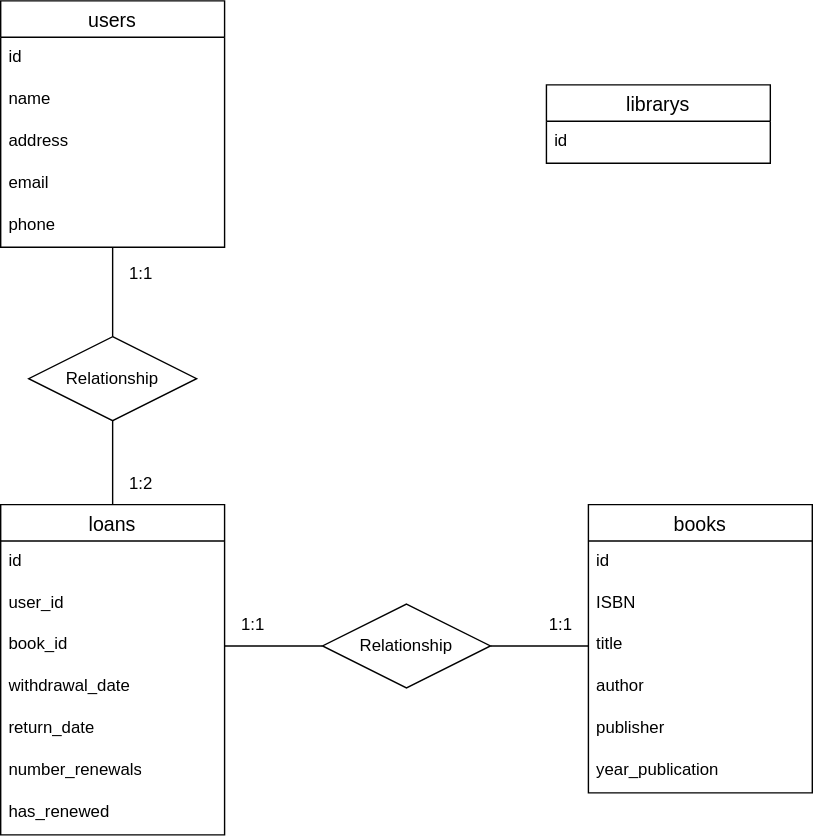
This is ManagerLibrarySystem.drawio.svg from HenriqueStocco/database-repository-pablo, a draw.io export, as it was before one commit. Source tidied: cells renumbered, new cells last; positions are measured from the earlier drawing's top-left corner, leaving out a move shared by most shapes. Source of this version:
```xml
<mxGraphModel>
  <root>
    <mxCell id="0" />
    <mxCell id="1" parent="0" />
    <mxCell id="2" value="books" style="swimlane;fontStyle=0;horizontal=1;startSize=26;align=center;fontSize=14;" parent="1" vertex="1">
      <mxGeometry x="420" y="360" width="160" height="206" as="geometry" />
    </mxCell>
    <mxCell id="3" value="id" style="text;strokeColor=none;fillColor=none;spacingLeft=4;spacingRight=4;overflow=hidden;fontSize=12;whiteSpace=wrap;html=1;" parent="2" vertex="1">
      <mxGeometry y="26" width="160" height="30" as="geometry" />
    </mxCell>
    <mxCell id="4" value="ISBN" style="text;strokeColor=none;fillColor=none;spacingLeft=4;spacingRight=4;overflow=hidden;points=[[0,0.5],[1,0.5]];portConstraint=eastwest;fontSize=12;whiteSpace=wrap;html=1;" parent="2" vertex="1">
      <mxGeometry y="56" width="160" height="30" as="geometry" />
    </mxCell>
    <mxCell id="5" value="title" style="text;strokeColor=none;fillColor=none;spacingLeft=4;spacingRight=4;overflow=hidden;points=[[0,0.5],[1,0.5]];portConstraint=eastwest;fontSize=12;whiteSpace=wrap;html=1;" parent="2" vertex="1">
      <mxGeometry y="86" width="160" height="30" as="geometry" />
    </mxCell>
    <mxCell id="6" value="author" style="text;strokeColor=none;fillColor=none;spacingLeft=4;spacingRight=4;overflow=hidden;fontSize=12;whiteSpace=wrap;html=1;" parent="2" vertex="1">
      <mxGeometry y="116" width="160" height="30" as="geometry" />
    </mxCell>
    <mxCell id="7" value="publisher" style="text;strokeColor=none;fillColor=none;spacingLeft=4;spacingRight=4;overflow=hidden;fontSize=12;whiteSpace=wrap;html=1;" parent="2" vertex="1">
      <mxGeometry y="146" width="160" height="30" as="geometry" />
    </mxCell>
    <mxCell id="8" value="year_publication" style="text;strokeColor=none;fillColor=none;spacingLeft=4;spacingRight=4;overflow=hidden;fontSize=12;whiteSpace=wrap;html=1;" parent="2" vertex="1">
      <mxGeometry y="176" width="160" height="30" as="geometry" />
    </mxCell>
    <mxCell id="9" value="users" style="swimlane;fontStyle=0;horizontal=1;startSize=26;align=center;fontSize=14;" parent="1" vertex="1">
      <mxGeometry width="160" height="176" as="geometry" />
    </mxCell>
    <mxCell id="10" value="id" style="text;strokeColor=none;fillColor=none;spacingLeft=4;spacingRight=4;overflow=hidden;fontSize=12;whiteSpace=wrap;html=1;" parent="9" vertex="1">
      <mxGeometry y="26" width="160" height="30" as="geometry" />
    </mxCell>
    <mxCell id="11" value="name" style="text;strokeColor=none;fillColor=none;spacingLeft=4;spacingRight=4;overflow=hidden;fontSize=12;whiteSpace=wrap;html=1;" parent="9" vertex="1">
      <mxGeometry y="56" width="160" height="30" as="geometry" />
    </mxCell>
    <mxCell id="12" value="address" style="text;strokeColor=none;fillColor=none;spacingLeft=4;spacingRight=4;overflow=hidden;fontSize=12;whiteSpace=wrap;html=1;" parent="9" vertex="1">
      <mxGeometry y="86" width="160" height="30" as="geometry" />
    </mxCell>
    <mxCell id="13" value="email" style="text;strokeColor=none;fillColor=none;spacingLeft=4;spacingRight=4;overflow=hidden;fontSize=12;whiteSpace=wrap;html=1;" parent="9" vertex="1">
      <mxGeometry y="116" width="160" height="30" as="geometry" />
    </mxCell>
    <mxCell id="14" value="phone" style="text;strokeColor=none;fillColor=none;spacingLeft=4;spacingRight=4;overflow=hidden;fontSize=12;whiteSpace=wrap;html=1;" parent="9" vertex="1">
      <mxGeometry y="146" width="160" height="30" as="geometry" />
    </mxCell>
    <mxCell id="15" style="edgeStyle=orthogonalEdgeStyle;rounded=0;jettySize=auto;html=1;exitX=0.5;exitY=0;exitDx=0;exitDy=0;entryX=0.5;entryY=1;entryDx=0;entryDy=0;endArrow=none;endFill=0;" parent="1" edge="1" source="16" target="25">
      <mxGeometry relative="1" as="geometry" />
    </mxCell>
    <mxCell id="16" value="loans" style="swimlane;fontStyle=0;horizontal=1;startSize=26;align=center;fontSize=14;" parent="1" vertex="1">
      <mxGeometry y="360" width="160" height="236" as="geometry" />
    </mxCell>
    <mxCell id="17" value="id" style="text;strokeColor=none;fillColor=none;spacingLeft=4;spacingRight=4;overflow=hidden;fontSize=12;whiteSpace=wrap;html=1;" parent="16" vertex="1">
      <mxGeometry y="26" width="160" height="30" as="geometry" />
    </mxCell>
    <mxCell id="18" value="user_id" style="text;strokeColor=none;fillColor=none;spacingLeft=4;spacingRight=4;overflow=hidden;fontSize=12;whiteSpace=wrap;html=1;" parent="16" vertex="1">
      <mxGeometry y="56" width="160" height="30" as="geometry" />
    </mxCell>
    <mxCell id="19" value="book_id" style="text;strokeColor=none;fillColor=none;spacingLeft=4;spacingRight=4;overflow=hidden;points=[[0,0.5],[1,0.5]];portConstraint=eastwest;fontSize=12;whiteSpace=wrap;html=1;" parent="16" vertex="1">
      <mxGeometry y="86" width="160" height="30" as="geometry" />
    </mxCell>
    <mxCell id="20" value="withdrawal_date" style="text;strokeColor=none;fillColor=none;spacingLeft=4;spacingRight=4;overflow=hidden;fontSize=12;whiteSpace=wrap;html=1;" parent="16" vertex="1">
      <mxGeometry y="116" width="160" height="30" as="geometry" />
    </mxCell>
    <mxCell id="21" value="return_date" style="text;strokeColor=none;fillColor=none;spacingLeft=4;spacingRight=4;overflow=hidden;fontSize=12;whiteSpace=wrap;html=1;" parent="16" vertex="1">
      <mxGeometry y="146" width="160" height="30" as="geometry" />
    </mxCell>
    <mxCell id="22" value="number_renewals" style="text;strokeColor=none;fillColor=none;spacingLeft=4;spacingRight=4;overflow=hidden;fontSize=12;whiteSpace=wrap;html=1;" parent="16" vertex="1">
      <mxGeometry y="176" width="160" height="30" as="geometry" />
    </mxCell>
    <mxCell id="23" value="has_renewed" style="text;strokeColor=none;fillColor=none;spacingLeft=4;spacingRight=4;overflow=hidden;fontSize=12;whiteSpace=wrap;html=1;" parent="16" vertex="1">
      <mxGeometry y="206" width="160" height="30" as="geometry" />
    </mxCell>
    <mxCell id="24" style="edgeStyle=orthogonalEdgeStyle;rounded=0;jettySize=auto;html=1;exitX=0.5;exitY=0;exitDx=0;exitDy=0;entryX=0.5;entryY=1;entryDx=0;entryDy=0;endArrow=none;endFill=0;" parent="1" edge="1" source="25" target="9">
      <mxGeometry relative="1" as="geometry" />
    </mxCell>
    <mxCell id="25" value="Relationship" style="shape=rhombus;perimeter=rhombusPerimeter;whiteSpace=wrap;html=1;align=center;" parent="1" vertex="1">
      <mxGeometry x="20" y="240" width="120" height="60" as="geometry" />
    </mxCell>
    <mxCell id="26" style="edgeStyle=orthogonalEdgeStyle;rounded=0;jettySize=auto;html=1;exitX=0;exitY=0.5;exitDx=0;exitDy=0;entryX=1;entryY=0.5;entryDx=0;entryDy=0;endArrow=none;endFill=0;" parent="1" edge="1" source="28" target="19">
      <mxGeometry relative="1" as="geometry" />
    </mxCell>
    <mxCell id="27" style="edgeStyle=orthogonalEdgeStyle;rounded=0;jettySize=auto;html=1;exitX=1;exitY=0.5;exitDx=0;exitDy=0;entryX=0;entryY=0.5;entryDx=0;entryDy=0;endArrow=none;endFill=0;" parent="1" edge="1" source="28" target="5">
      <mxGeometry relative="1" as="geometry" />
    </mxCell>
    <mxCell id="28" value="Relationship" style="shape=rhombus;perimeter=rhombusPerimeter;whiteSpace=wrap;html=1;align=center;" parent="1" vertex="1">
      <mxGeometry x="230" y="431" width="120" height="60" as="geometry" />
    </mxCell>
    <mxCell id="29" value="1:1" style="text;html=1;align=center;verticalAlign=middle;strokeColor=none;fillColor=none;" parent="1" vertex="1">
      <mxGeometry x="80" y="180" width="40" height="30" as="geometry" />
    </mxCell>
    <mxCell id="30" value="1:1" style="text;html=1;align=center;verticalAlign=middle;strokeColor=none;fillColor=none;" parent="1" vertex="1">
      <mxGeometry x="160" y="431" width="40" height="30" as="geometry" />
    </mxCell>
    <mxCell id="31" value="1:1" style="text;html=1;align=center;verticalAlign=middle;strokeColor=none;fillColor=none;" parent="1" vertex="1">
      <mxGeometry x="380" y="431" width="40" height="30" as="geometry" />
    </mxCell>
    <mxCell id="32" value="1:2" style="text;html=1;align=center;verticalAlign=middle;strokeColor=none;fillColor=none;" parent="1" vertex="1">
      <mxGeometry x="80" y="330" width="40" height="30" as="geometry" />
    </mxCell>
    <mxCell id="33" value="librarys" style="swimlane;fontStyle=0;horizontal=1;startSize=26;align=center;fontSize=14;" parent="1" vertex="1">
      <mxGeometry x="390" y="60" width="160" height="56" as="geometry" />
    </mxCell>
    <mxCell id="34" value="id" style="text;strokeColor=none;fillColor=none;spacingLeft=4;spacingRight=4;overflow=hidden;fontSize=12;whiteSpace=wrap;html=1;" parent="33" vertex="1">
      <mxGeometry y="26" width="160" height="30" as="geometry" />
    </mxCell>
  </root>
</mxGraphModel>
```
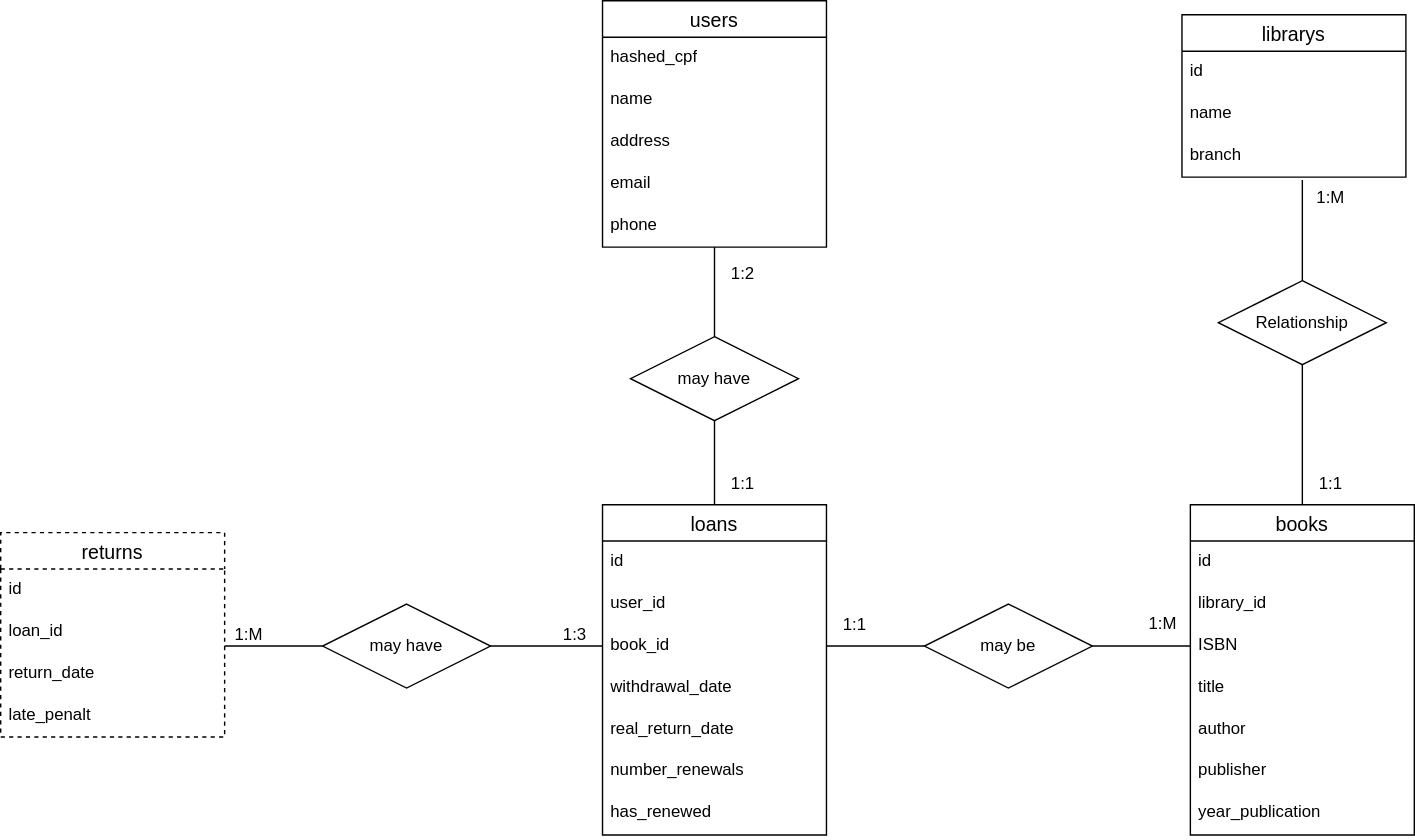
Later version of the same file.

Commit message:
doc: add library entity and returns

Change to the diagram source:
```diff
@@ -3,30 +3,33 @@
     <mxCell id="0" />
     <mxCell id="1" parent="0" />
     <mxCell id="2" value="books" style="swimlane;fontStyle=0;horizontal=1;startSize=26;align=center;fontSize=14;" parent="1" vertex="1">
-      <mxGeometry x="420" y="360" width="160" height="206" as="geometry" />
+      <mxGeometry x="420" y="360" width="160" height="236" as="geometry" />
     </mxCell>
     <mxCell id="3" value="id" style="text;strokeColor=none;fillColor=none;spacingLeft=4;spacingRight=4;overflow=hidden;fontSize=12;whiteSpace=wrap;html=1;" parent="2" vertex="1">
       <mxGeometry y="26" width="160" height="30" as="geometry" />
     </mxCell>
+    <mxCell id="35" value="library_id" style="text;strokeColor=none;fillColor=none;spacingLeft=4;spacingRight=4;overflow=hidden;fontSize=12;whiteSpace=wrap;html=1;" parent="2" vertex="1">
+      <mxGeometry y="56" width="160" height="30" as="geometry" />
+    </mxCell>
     <mxCell id="4" value="ISBN" style="text;strokeColor=none;fillColor=none;spacingLeft=4;spacingRight=4;overflow=hidden;points=[[0,0.5],[1,0.5]];portConstraint=eastwest;fontSize=12;whiteSpace=wrap;html=1;" parent="2" vertex="1">
-      <mxGeometry y="56" width="160" height="30" as="geometry" />
+      <mxGeometry y="86" width="160" height="30" as="geometry" />
     </mxCell>
     <mxCell id="5" value="title" style="text;strokeColor=none;fillColor=none;spacingLeft=4;spacingRight=4;overflow=hidden;points=[[0,0.5],[1,0.5]];portConstraint=eastwest;fontSize=12;whiteSpace=wrap;html=1;" parent="2" vertex="1">
-      <mxGeometry y="86" width="160" height="30" as="geometry" />
+      <mxGeometry y="116" width="160" height="30" as="geometry" />
     </mxCell>
     <mxCell id="6" value="author" style="text;strokeColor=none;fillColor=none;spacingLeft=4;spacingRight=4;overflow=hidden;fontSize=12;whiteSpace=wrap;html=1;" parent="2" vertex="1">
-      <mxGeometry y="116" width="160" height="30" as="geometry" />
+      <mxGeometry y="146" width="160" height="30" as="geometry" />
     </mxCell>
     <mxCell id="7" value="publisher" style="text;strokeColor=none;fillColor=none;spacingLeft=4;spacingRight=4;overflow=hidden;fontSize=12;whiteSpace=wrap;html=1;" parent="2" vertex="1">
-      <mxGeometry y="146" width="160" height="30" as="geometry" />
+      <mxGeometry y="176" width="160" height="30" as="geometry" />
     </mxCell>
     <mxCell id="8" value="year_publication" style="text;strokeColor=none;fillColor=none;spacingLeft=4;spacingRight=4;overflow=hidden;fontSize=12;whiteSpace=wrap;html=1;" parent="2" vertex="1">
-      <mxGeometry y="176" width="160" height="30" as="geometry" />
+      <mxGeometry y="206" width="160" height="30" as="geometry" />
     </mxCell>
     <mxCell id="9" value="users" style="swimlane;fontStyle=0;horizontal=1;startSize=26;align=center;fontSize=14;" parent="1" vertex="1">
       <mxGeometry width="160" height="176" as="geometry" />
     </mxCell>
-    <mxCell id="10" value="id" style="text;strokeColor=none;fillColor=none;spacingLeft=4;spacingRight=4;overflow=hidden;fontSize=12;whiteSpace=wrap;html=1;" parent="9" vertex="1">
+    <mxCell id="10" value="hashed_cpf" style="text;strokeColor=none;fillColor=none;spacingLeft=4;spacingRight=4;overflow=hidden;fontSize=12;whiteSpace=wrap;html=1;" parent="9" vertex="1">
       <mxGeometry y="26" width="160" height="30" as="geometry" />
     </mxCell>
     <mxCell id="11" value="name" style="text;strokeColor=none;fillColor=none;spacingLeft=4;spacingRight=4;overflow=hidden;fontSize=12;whiteSpace=wrap;html=1;" parent="9" vertex="1">
@@ -59,7 +62,7 @@
     <mxCell id="20" value="withdrawal_date" style="text;strokeColor=none;fillColor=none;spacingLeft=4;spacingRight=4;overflow=hidden;fontSize=12;whiteSpace=wrap;html=1;" parent="16" vertex="1">
       <mxGeometry y="116" width="160" height="30" as="geometry" />
     </mxCell>
-    <mxCell id="21" value="return_date" style="text;strokeColor=none;fillColor=none;spacingLeft=4;spacingRight=4;overflow=hidden;fontSize=12;whiteSpace=wrap;html=1;" parent="16" vertex="1">
+    <mxCell id="21" value="real_return_date" style="text;strokeColor=none;fillColor=none;spacingLeft=4;spacingRight=4;overflow=hidden;fontSize=12;whiteSpace=wrap;html=1;" parent="16" vertex="1">
       <mxGeometry y="146" width="160" height="30" as="geometry" />
     </mxCell>
     <mxCell id="22" value="number_renewals" style="text;strokeColor=none;fillColor=none;spacingLeft=4;spacingRight=4;overflow=hidden;fontSize=12;whiteSpace=wrap;html=1;" parent="16" vertex="1">
@@ -71,35 +74,93 @@
     <mxCell id="24" style="edgeStyle=orthogonalEdgeStyle;rounded=0;jettySize=auto;html=1;exitX=0.5;exitY=0;exitDx=0;exitDy=0;entryX=0.5;entryY=1;entryDx=0;entryDy=0;endArrow=none;endFill=0;" parent="1" edge="1" source="25" target="9">
       <mxGeometry relative="1" as="geometry" />
     </mxCell>
-    <mxCell id="25" value="Relationship" style="shape=rhombus;perimeter=rhombusPerimeter;whiteSpace=wrap;html=1;align=center;" parent="1" vertex="1">
+    <mxCell id="25" value="may have" style="shape=rhombus;perimeter=rhombusPerimeter;whiteSpace=wrap;html=1;align=center;" parent="1" vertex="1">
       <mxGeometry x="20" y="240" width="120" height="60" as="geometry" />
     </mxCell>
     <mxCell id="26" style="edgeStyle=orthogonalEdgeStyle;rounded=0;jettySize=auto;html=1;exitX=0;exitY=0.5;exitDx=0;exitDy=0;entryX=1;entryY=0.5;entryDx=0;entryDy=0;endArrow=none;endFill=0;" parent="1" edge="1" source="28" target="19">
       <mxGeometry relative="1" as="geometry" />
     </mxCell>
-    <mxCell id="27" style="edgeStyle=orthogonalEdgeStyle;rounded=0;jettySize=auto;html=1;exitX=1;exitY=0.5;exitDx=0;exitDy=0;entryX=0;entryY=0.5;entryDx=0;entryDy=0;endArrow=none;endFill=0;" parent="1" edge="1" source="28" target="5">
-      <mxGeometry relative="1" as="geometry" />
-    </mxCell>
+    <mxCell id="36" style="edgeStyle=orthogonalEdgeStyle;rounded=0;jettySize=auto;html=1;exitX=1;exitY=0.5;exitDx=0;exitDy=0;entryX=0;entryY=0.5;entryDx=0;entryDy=0;endArrow=none;endFill=0;" parent="1" edge="1" source="28" target="4">
+      <mxGeometry relative="1" as="geometry" />
+    </mxCell>
-    <mxCell id="28" value="Relationship" style="shape=rhombus;perimeter=rhombusPerimeter;whiteSpace=wrap;html=1;align=center;" parent="1" vertex="1">
+    <mxCell id="28" value="may be" style="shape=rhombus;perimeter=rhombusPerimeter;whiteSpace=wrap;html=1;align=center;" parent="1" vertex="1">
       <mxGeometry x="230" y="431" width="120" height="60" as="geometry" />
     </mxCell>
-    <mxCell id="29" value="1:1" style="text;html=1;align=center;verticalAlign=middle;strokeColor=none;fillColor=none;" parent="1" vertex="1">
+    <mxCell id="29" value="1:2" style="text;html=1;align=center;verticalAlign=middle;strokeColor=none;fillColor=none;" parent="1" vertex="1">
       <mxGeometry x="80" y="180" width="40" height="30" as="geometry" />
     </mxCell>
     <mxCell id="30" value="1:1" style="text;html=1;align=center;verticalAlign=middle;strokeColor=none;fillColor=none;" parent="1" vertex="1">
       <mxGeometry x="160" y="431" width="40" height="30" as="geometry" />
     </mxCell>
-    <mxCell id="31" value="1:1" style="text;html=1;align=center;verticalAlign=middle;strokeColor=none;fillColor=none;" parent="1" vertex="1">
-      <mxGeometry x="380" y="431" width="40" height="30" as="geometry" />
+    <mxCell id="31" value="1:M" style="text;html=1;align=center;verticalAlign=middle;strokeColor=none;fillColor=none;" parent="1" vertex="1">
+      <mxGeometry x="500" y="126" width="40" height="30" as="geometry" />
     </mxCell>
-    <mxCell id="32" value="1:2" style="text;html=1;align=center;verticalAlign=middle;strokeColor=none;fillColor=none;" parent="1" vertex="1">
+    <mxCell id="32" value="1:1" style="text;html=1;align=center;verticalAlign=middle;strokeColor=none;fillColor=none;" parent="1" vertex="1">
       <mxGeometry x="80" y="330" width="40" height="30" as="geometry" />
     </mxCell>
     <mxCell id="33" value="librarys" style="swimlane;fontStyle=0;horizontal=1;startSize=26;align=center;fontSize=14;" parent="1" vertex="1">
-      <mxGeometry x="390" y="60" width="160" height="56" as="geometry" />
+      <mxGeometry x="414" y="10" width="160" height="116" as="geometry" />
     </mxCell>
     <mxCell id="34" value="id" style="text;strokeColor=none;fillColor=none;spacingLeft=4;spacingRight=4;overflow=hidden;fontSize=12;whiteSpace=wrap;html=1;" parent="33" vertex="1">
       <mxGeometry y="26" width="160" height="30" as="geometry" />
     </mxCell>
+    <mxCell id="37" value="name" style="text;strokeColor=none;fillColor=none;spacingLeft=4;spacingRight=4;overflow=hidden;fontSize=12;whiteSpace=wrap;html=1;" parent="33" vertex="1">
+      <mxGeometry y="56" width="160" height="30" as="geometry" />
+    </mxCell>
+    <mxCell id="38" value="branch" style="text;strokeColor=none;fillColor=none;spacingLeft=4;spacingRight=4;overflow=hidden;fontSize=12;whiteSpace=wrap;html=1;" parent="33" vertex="1">
+      <mxGeometry y="86" width="160" height="30" as="geometry" />
+    </mxCell>
+    <mxCell id="39" style="edgeStyle=orthogonalEdgeStyle;rounded=0;jettySize=auto;html=1;exitX=0.5;exitY=1;exitDx=0;exitDy=0;entryX=0.5;entryY=0;entryDx=0;entryDy=0;endArrow=none;endFill=0;" parent="1" edge="1" source="40" target="2">
+      <mxGeometry relative="1" as="geometry" />
+    </mxCell>
+    <mxCell id="40" value="Relationship" style="shape=rhombus;perimeter=rhombusPerimeter;whiteSpace=wrap;html=1;align=center;" parent="1" vertex="1">
+      <mxGeometry x="440" y="200" width="120" height="60" as="geometry" />
+    </mxCell>
+    <mxCell id="41" value="returns" style="swimlane;fontStyle=0;horizontal=1;startSize=26;align=center;fontSize=14;dashed=1;" parent="1" vertex="1">
+      <mxGeometry x="-430" y="380" width="160" height="146" as="geometry" />
+    </mxCell>
+    <mxCell id="42" value="id" style="text;strokeColor=none;fillColor=none;spacingLeft=4;spacingRight=4;overflow=hidden;fontSize=12;whiteSpace=wrap;html=1;" parent="41" vertex="1">
+      <mxGeometry y="26" width="160" height="30" as="geometry" />
+    </mxCell>
+    <mxCell id="43" value="loan_id" style="text;strokeColor=none;fillColor=none;spacingLeft=4;spacingRight=4;overflow=hidden;fontSize=12;whiteSpace=wrap;html=1;" parent="41" vertex="1">
+      <mxGeometry y="56" width="160" height="30" as="geometry" />
+    </mxCell>
+    <mxCell id="44" value="return_date" style="text;strokeColor=none;fillColor=none;spacingLeft=4;spacingRight=4;overflow=hidden;fontSize=12;whiteSpace=wrap;html=1;" parent="41" vertex="1">
+      <mxGeometry y="86" width="160" height="30" as="geometry" />
+    </mxCell>
+    <mxCell id="45" value="late_penalt" style="text;strokeColor=none;fillColor=none;spacingLeft=4;spacingRight=4;overflow=hidden;fontSize=12;whiteSpace=wrap;html=1;" parent="41" vertex="1">
+      <mxGeometry y="116" width="160" height="30" as="geometry" />
+    </mxCell>
+    <mxCell id="46" style="edgeStyle=orthogonalEdgeStyle;rounded=0;jettySize=auto;html=1;exitX=1;exitY=0.5;exitDx=0;exitDy=0;entryX=0;entryY=0.5;entryDx=0;entryDy=0;endArrow=none;endFill=0;" parent="1" edge="1" source="47" target="19">
+      <mxGeometry relative="1" as="geometry" />
+    </mxCell>
+    <mxCell id="47" value="may have" style="shape=rhombus;perimeter=rhombusPerimeter;whiteSpace=wrap;html=1;align=center;" parent="1" vertex="1">
+      <mxGeometry x="-200" y="431" width="120" height="60" as="geometry" />
+    </mxCell>
+    <mxCell id="48" style="edgeStyle=orthogonalEdgeStyle;rounded=0;jettySize=auto;html=1;exitX=0;exitY=0.5;exitDx=0;exitDy=0;endArrow=none;endFill=0;" parent="1" edge="1" source="47">
+      <mxGeometry relative="1" as="geometry">
+        <mxPoint x="-270" y="461" as="targetPoint" />
+      </mxGeometry>
+    </mxCell>
+    <mxCell id="49" value="1:M" style="text;html=1;align=center;verticalAlign=middle;strokeColor=none;fillColor=none;" parent="1" vertex="1">
+      <mxGeometry x="-273" y="438" width="40" height="30" as="geometry" />
+    </mxCell>
+    <mxCell id="50" value="1:3" style="text;html=1;align=center;verticalAlign=middle;strokeColor=none;fillColor=none;" parent="1" vertex="1">
+      <mxGeometry x="-40" y="438" width="40" height="30" as="geometry" />
+    </mxCell>
+    <mxCell id="51" value="1:M" style="text;html=1;align=center;verticalAlign=middle;strokeColor=none;fillColor=none;" parent="1" vertex="1">
+      <mxGeometry x="380" y="430" width="40" height="30" as="geometry" />
+    </mxCell>
+    <mxCell id="52" value="1:1" style="text;html=1;align=center;verticalAlign=middle;strokeColor=none;fillColor=none;" parent="1" vertex="1">
+      <mxGeometry x="500" y="330" width="40" height="30" as="geometry" />
+    </mxCell>
+    <mxCell id="53" style="edgeStyle=orthogonalEdgeStyle;rounded=0;jettySize=auto;html=1;exitX=0.5;exitY=0;exitDx=0;exitDy=0;endArrow=none;endFill=0;" parent="1" edge="1" source="40">
+      <mxGeometry relative="1" as="geometry">
+        <mxPoint x="500" y="130" as="targetPoint" />
+        <Array as="points">
+          <mxPoint x="500" y="128" />
+        </Array>
+      </mxGeometry>
+    </mxCell>
   </root>
 </mxGraphModel>
```
